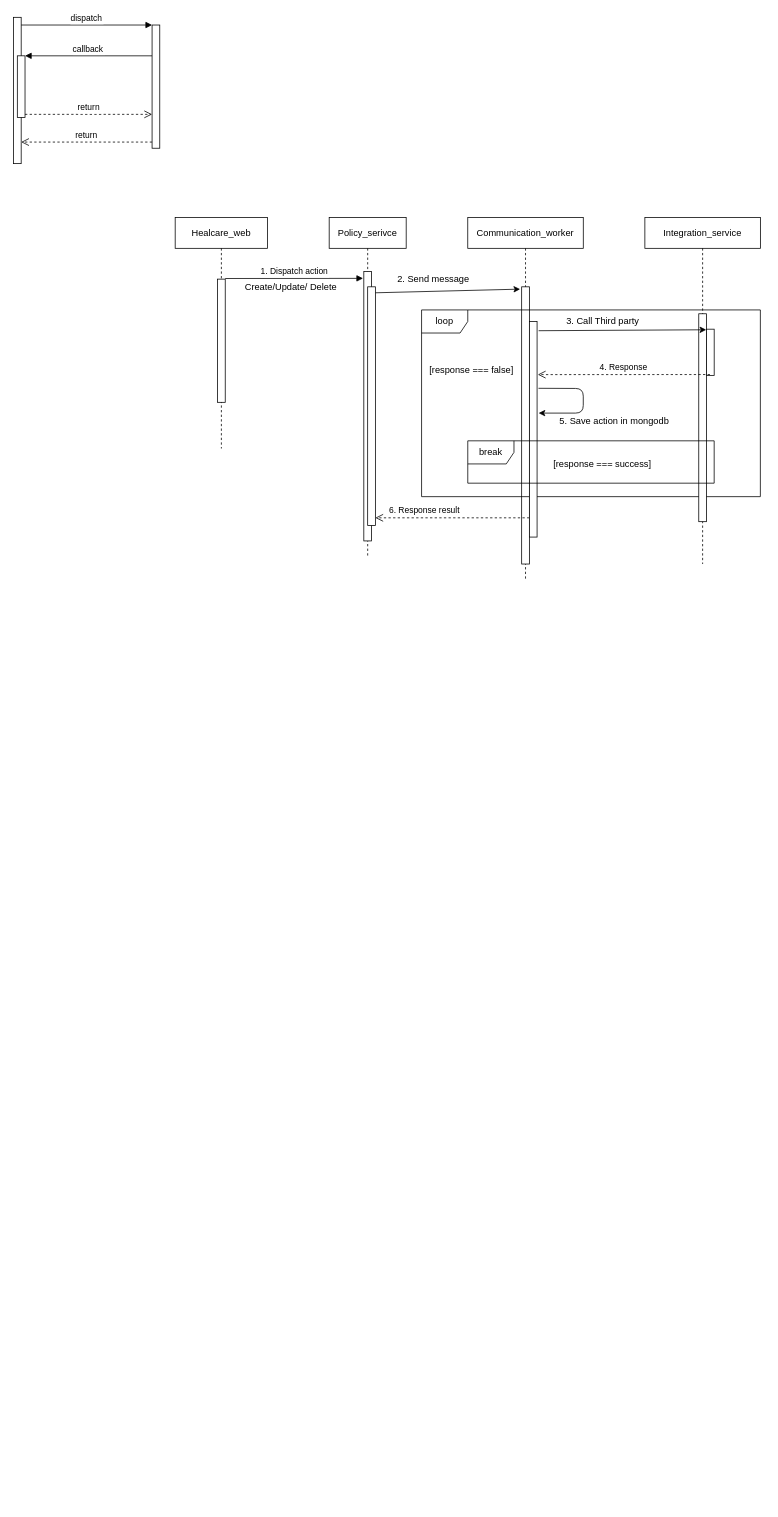
Before: page "Communication history flow" (1 of 2) of Untitled Diagram.drawio in quanhieu/git-test-draw, a draw.io diagram. Source tidied: cells renumbered, new cells numbered last; positions are measured from the earlier drawing's top-left corner, leaving out a move shared by most shapes. Both pictures are drawn from the tidied source at 77%, with x=0, y=0 at pixel (13, 17).
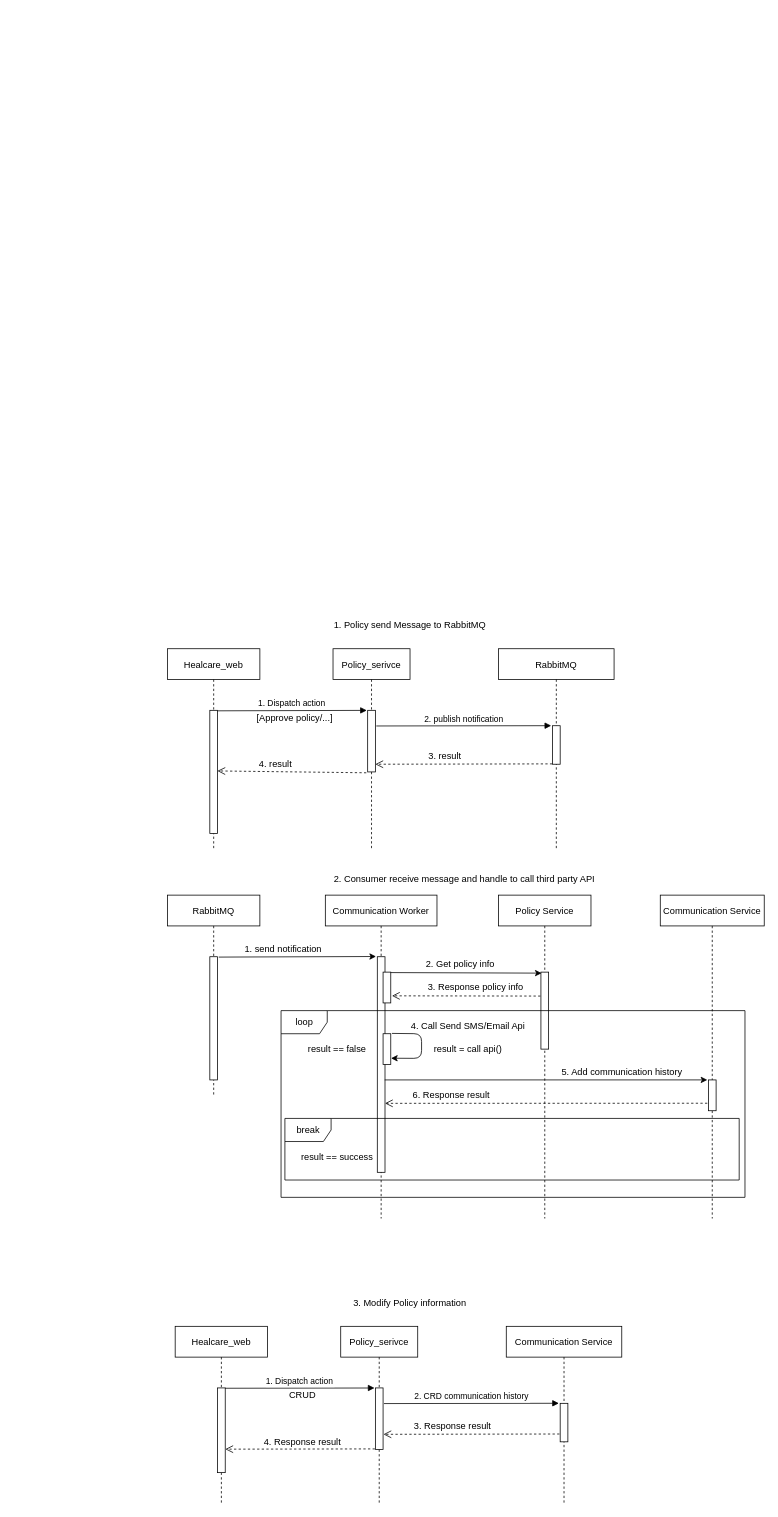
Above is the later version.

What changed in the source:
```diff
@@
-    <mxCell id="2" value="Policy_serivce" style="shape=umlLifeline;perimeter=lifelinePerimeter;rounded=0;shadow=0;strokeWidth=1;" parent="1" vertex="1">
-      <mxGeometry x="410" y="260" width="100" height="440" as="geometry" />
-    </mxCell>
-    <mxCell id="3" style="perimeter=orthogonalPerimeter;rounded=0;shadow=0;strokeWidth=1;" parent="2" vertex="1">
-      <mxGeometry x="45" y="70" width="10" height="350" as="geometry" />
-    </mxCell>
-    <mxCell id="4" value="Communication_worker" style="shape=umlLifeline;perimeter=lifelinePerimeter;rounded=0;shadow=0;strokeWidth=1;" parent="1" vertex="1">
-      <mxGeometry x="590" y="260" width="150" height="470" as="geometry" />
-    </mxCell>
-    <mxCell id="5" style="perimeter=orthogonalPerimeter;rounded=0;shadow=0;strokeWidth=1;" parent="4" vertex="1">
-      <mxGeometry x="70" y="90" width="10" height="360" as="geometry" />
-    </mxCell>
-    <mxCell id="6" style="points=[];perimeter=orthogonalPerimeter;rounded=0;shadow=0;strokeWidth=1;" parent="1" vertex="1">
-      <mxGeometry width="10" height="190" as="geometry" />
-    </mxCell>
-    <mxCell id="7" style="points=[];perimeter=orthogonalPerimeter;rounded=0;shadow=0;strokeWidth=1;" parent="1" vertex="1">
-      <mxGeometry x="5" y="50" width="10" height="80" as="geometry" />
-    </mxCell>
-    <mxCell id="8" style="points=[];perimeter=orthogonalPerimeter;rounded=0;shadow=0;strokeWidth=1;" parent="1" vertex="1">
-      <mxGeometry x="180" y="10" width="10" height="160" as="geometry" />
-    </mxCell>
-    <mxCell id="9" value="return" style="verticalAlign=bottom;endArrow=open;dashed=1;endSize=8;exitX=0;exitY=0.95;shadow=0;strokeWidth=1;" parent="1" edge="1" source="8" target="6">
-      <mxGeometry relative="1" as="geometry" />
-    </mxCell>
-    <mxCell id="10" value="dispatch" style="verticalAlign=bottom;endArrow=block;entryX=0;entryY=0;shadow=0;strokeWidth=1;" parent="1" edge="1" source="6" target="8">
-      <mxGeometry relative="1" as="geometry" />
-    </mxCell>
-    <mxCell id="11" value="callback" style="verticalAlign=bottom;endArrow=block;entryX=1;entryY=0;shadow=0;strokeWidth=1;" parent="1" edge="1" source="8" target="7">
-      <mxGeometry relative="1" as="geometry" />
-    </mxCell>
-    <mxCell id="12" value="return" style="verticalAlign=bottom;endArrow=open;dashed=1;endSize=8;exitX=1;exitY=0.95;shadow=0;strokeWidth=1;" parent="1" edge="1" source="7" target="8">
-      <mxGeometry relative="1" as="geometry" />
-    </mxCell>
-    <mxCell id="13" value="Healcare_web" style="shape=umlLifeline;perimeter=lifelinePerimeter;rounded=0;shadow=0;strokeWidth=1;" parent="1" vertex="1">
-      <mxGeometry x="210" y="260" width="120" height="300" as="geometry" />
-    </mxCell>
-    <mxCell id="14" style="points=[];perimeter=orthogonalPerimeter;rounded=0;shadow=0;strokeWidth=1;" parent="13" vertex="1">
-      <mxGeometry x="55" y="80" width="10" height="160" as="geometry" />
-    </mxCell>
-    <mxCell id="15" value="1. Dispatch action" style="verticalAlign=bottom;endArrow=block;shadow=0;strokeWidth=1;exitX=1;exitY=-0.005;exitDx=0;exitDy=0;exitPerimeter=0;" parent="1" edge="1" source="14">
-      <mxGeometry relative="1" as="geometry">
-        <mxPoint x="454" y="339" as="targetPoint" />
-      </mxGeometry>
-    </mxCell>
-    <mxCell id="16" value="Create/Update/ Delete" style="text;html=1;align=center;verticalAlign=middle;strokeColor=none;" parent="1" vertex="1">
-      <mxGeometry x="295" y="340" width="130" height="20" as="geometry" />
-    </mxCell>
-    <mxCell id="17" style="points=[];perimeter=orthogonalPerimeter;rounded=0;shadow=0;strokeWidth=1;" parent="1" vertex="1">
-      <mxGeometry x="460" y="350" width="10" height="310" as="geometry" />
-    </mxCell>
-    <mxCell id="18" style="endArrow=classic;html=1;exitX=1.014;exitY=0.025;exitDx=0;exitDy=0;exitPerimeter=0;" parent="1" edge="1" source="17">
-      <mxGeometry relative="1" as="geometry">
-        <mxPoint x="658" y="353" as="targetPoint" />
-      </mxGeometry>
-    </mxCell>
-    <mxCell id="19" value="2. Send message" style="text;html=1;align=center;verticalAlign=middle;strokeColor=none;" parent="1" vertex="1">
-      <mxGeometry x="490" y="330" width="110" height="20" as="geometry" />
-    </mxCell>
+    <mxCell id="35" value="Healcare_web" style="shape=umlLifeline;perimeter=lifelinePerimeter;rounded=0;shadow=0;strokeWidth=1;" parent="1" vertex="1">
+      <mxGeometry x="200" y="820" width="120" height="260" as="geometry" />
+    </mxCell>
+    <mxCell id="36" style="points=[];perimeter=orthogonalPerimeter;rounded=0;shadow=0;strokeWidth=1;" parent="35" vertex="1">
+      <mxGeometry x="55" y="80" width="10" height="160" as="geometry" />
+    </mxCell>
+    <mxCell id="37" value="Policy_serivce" style="shape=umlLifeline;perimeter=lifelinePerimeter;rounded=0;shadow=0;strokeWidth=1;" parent="1" vertex="1">
+      <mxGeometry x="415" y="820" width="100" height="260" as="geometry" />
+    </mxCell>
+    <mxCell id="38" style="points=[];perimeter=orthogonalPerimeter;rounded=0;shadow=0;strokeWidth=1;" parent="37" vertex="1">
+      <mxGeometry x="45" y="80" width="10" height="80" as="geometry" />
+    </mxCell>
+    <mxCell id="39" value="RabbitMQ" style="shape=umlLifeline;perimeter=lifelinePerimeter;rounded=0;shadow=0;strokeWidth=1;" parent="1" vertex="1">
+      <mxGeometry x="630" y="820" width="150" height="260" as="geometry" />
+    </mxCell>
+    <mxCell id="40" style="points=[];perimeter=orthogonalPerimeter;rounded=0;shadow=0;strokeWidth=1;" parent="39" vertex="1">
+      <mxGeometry x="70" y="100" width="10" height="50" as="geometry" />
+    </mxCell>
+    <mxCell id="41" value="1. Policy send Message to RabbitMQ" style="text;html=1;strokeColor=none;fillColor=none;align=center;verticalAlign=middle;whiteSpace=wrap;rounded=0;" parent="1" vertex="1">
+      <mxGeometry x="400" y="780" width="230" height="20" as="geometry" />
+    </mxCell>
+    <mxCell id="42" value="2. Consumer receive message and handle to call third party API&amp;nbsp;" style="text;html=1;strokeColor=none;fillColor=none;align=center;verticalAlign=middle;whiteSpace=wrap;rounded=0;" parent="1" vertex="1">
+      <mxGeometry x="400" y="1110" width="375" height="20" as="geometry" />
+    </mxCell>
+    <mxCell id="43" value="1. Dispatch action" style="verticalAlign=bottom;endArrow=block;shadow=0;strokeWidth=1;exitX=0.971;exitY=0.004;exitDx=0;exitDy=0;exitPerimeter=0;entryX=-0.11;entryY=0.001;entryDx=0;entryDy=0;entryPerimeter=0;" parent="1" edge="1" source="36" target="38">
+      <mxGeometry relative="1" as="geometry" />
+    </mxCell>
+    <mxCell id="44" value="2. publish notification" style="verticalAlign=bottom;endArrow=block;shadow=0;strokeWidth=1;exitX=1.118;exitY=0.254;exitDx=0;exitDy=0;exitPerimeter=0;entryX=-0.167;entryY=-0.001;entryDx=0;entryDy=0;entryPerimeter=0;" parent="1" edge="1" source="38" target="40">
+      <mxGeometry relative="1" as="geometry" />
+    </mxCell>
+    <mxCell id="45" style="verticalAlign=bottom;endArrow=open;dashed=1;endSize=8;shadow=0;strokeWidth=1;exitX=-0.028;exitY=0.991;exitDx=0;exitDy=0;exitPerimeter=0;" parent="1" edge="1" source="40">
+      <mxGeometry relative="1" as="geometry">
+        <mxPoint x="470" y="970" as="targetPoint" />
+      </mxGeometry>
+    </mxCell>
+    <mxCell id="46" value="3. result" style="text;html=1;align=center;verticalAlign=middle;strokeColor=none;" parent="1" vertex="1">
+      <mxGeometry x="530" y="950" width="60" height="20" as="geometry" />
+    </mxCell>
+    <mxCell id="47" style="verticalAlign=bottom;endArrow=open;dashed=1;endSize=8;shadow=0;strokeWidth=1;exitX=-0.176;exitY=1.014;exitDx=0;exitDy=0;exitPerimeter=0;entryX=0.99;entryY=0.492;entryDx=0;entryDy=0;entryPerimeter=0;" parent="1" edge="1" source="38" target="36">
+      <mxGeometry relative="1" as="geometry" />
+    </mxCell>
+    <mxCell id="48" value="4. result" style="text;html=1;align=center;verticalAlign=middle;strokeColor=none;" parent="1" vertex="1">
+      <mxGeometry x="310" y="960" width="60" height="20" as="geometry" />
+    </mxCell>
+    <mxCell id="49" value="RabbitMQ" style="shape=umlLifeline;perimeter=lifelinePerimeter;rounded=0;shadow=0;strokeWidth=1;" parent="1" vertex="1">
+      <mxGeometry x="200" y="1140" width="120" height="260" as="geometry" />
+    </mxCell>
+    <mxCell id="50" style="points=[];perimeter=orthogonalPerimeter;rounded=0;shadow=0;strokeWidth=1;" parent="49" vertex="1">
+      <mxGeometry x="55" y="80" width="10" height="160" as="geometry" />
+    </mxCell>
+    <mxCell id="51" value="Communication Worker" style="shape=umlLifeline;perimeter=lifelinePerimeter;rounded=0;shadow=0;strokeWidth=1;" parent="1" vertex="1">
+      <mxGeometry x="405" y="1140" width="145" height="420" as="geometry" />
+    </mxCell>
+    <mxCell id="52" style="points=[];perimeter=orthogonalPerimeter;rounded=0;shadow=0;strokeWidth=1;" parent="51" vertex="1">
+      <mxGeometry x="67.5" y="80" width="10" height="280" as="geometry" />
+    </mxCell>
+    <mxCell id="53" value="Communication Service" style="shape=umlLifeline;perimeter=lifelinePerimeter;rounded=0;shadow=0;strokeWidth=1;" parent="1" vertex="1">
+      <mxGeometry x="840" y="1140" width="135" height="420" as="geometry" />
+    </mxCell>
+    <mxCell id="54" style="points=[];perimeter=orthogonalPerimeter;rounded=0;shadow=0;strokeWidth=1;" parent="53" vertex="1">
+      <mxGeometry x="62.5" y="240" width="10" height="40" as="geometry" />
+    </mxCell>
+    <mxCell id="55" value="Policy Service" style="shape=umlLifeline;perimeter=lifelinePerimeter;rounded=0;shadow=0;strokeWidth=1;" parent="1" vertex="1">
+      <mxGeometry x="630" y="1140" width="120" height="420" as="geometry" />
+    </mxCell>
+    <mxCell id="56" style="points=[];perimeter=orthogonalPerimeter;rounded=0;shadow=0;strokeWidth=1;" parent="55" vertex="1">
+      <mxGeometry x="55" y="100" width="10" height="100" as="geometry" />
+    </mxCell>
+    <mxCell id="57" style="group;" parent="1" vertex="1">
+      <mxGeometry x="290" y="1200" width="120" height="20" as="geometry" />
+    </mxCell>
+    <mxCell id="58" style="endArrow=classic;html=1;exitX=1.159;exitY=0.003;exitDx=0;exitDy=0;exitPerimeter=0;entryX=-0.167;entryY=-0.001;entryDx=0;entryDy=0;entryPerimeter=0;" parent="57" edge="1" source="50" target="52">
+      <mxGeometry relative="1" as="geometry" />
+    </mxCell>
+    <mxCell id="59" value="1. send notification" style="text;html=1;align=center;verticalAlign=middle;strokeColor=none;" parent="57" vertex="1">
+      <mxGeometry width="120" height="20" as="geometry" />
+    </mxCell>
+    <mxCell id="60" style="endArrow=classic;html=1;exitX=1.159;exitY=0.003;exitDx=0;exitDy=0;exitPerimeter=0;entryX=0.09;entryY=0.013;entryDx=0;entryDy=0;entryPerimeter=0;" parent="1" edge="1" target="56">
+      <mxGeometry relative="1" as="geometry">
+        <mxPoint x="490" y="1240.6" as="sourcePoint" />
+      </mxGeometry>
+    </mxCell>
+    <mxCell id="61" style="points=[];perimeter=orthogonalPerimeter;rounded=0;shadow=0;strokeWidth=1;" parent="1" vertex="1">
+      <mxGeometry x="480" y="1240" width="10" height="40" as="geometry" />
+    </mxCell>
+    <mxCell id="62" value="2. Get policy info" style="text;html=1;align=center;verticalAlign=middle;strokeColor=none;" parent="1" vertex="1">
+      <mxGeometry x="530" y="1220" width="100" height="20" as="geometry" />
+    </mxCell>
+    <mxCell id="63" style="verticalAlign=bottom;endArrow=open;dashed=1;endSize=8;shadow=0;strokeWidth=1;exitX=-0.065;exitY=0.311;exitDx=0;exitDy=0;exitPerimeter=0;entryX=1.157;entryY=0.77;entryDx=0;entryDy=0;entryPerimeter=0;" parent="1" edge="1" source="56" target="61">
+      <mxGeometry relative="1" as="geometry" />
+    </mxCell>
+    <mxCell id="64" value="3. Response policy info" style="text;html=1;align=center;verticalAlign=middle;strokeColor=none;" parent="1" vertex="1">
+      <mxGeometry x="530" y="1250" width="140" height="20" as="geometry" />
+    </mxCell>
+    <mxCell id="65" style="points=[];perimeter=orthogonalPerimeter;rounded=0;shadow=0;strokeWidth=1;" parent="1" vertex="1">
+      <mxGeometry x="480" y="1320" width="10" height="40" as="geometry" />
+    </mxCell>
+    <mxCell id="66" style="endArrow=classic;html=1;exitX=1.155;exitY=-0.01;exitDx=0;exitDy=0;exitPerimeter=0;entryX=1.034;entryY=0.796;entryDx=0;entryDy=0;entryPerimeter=0;" parent="1" edge="1" source="65" target="65">
+      <mxGeometry relative="1" as="geometry">
+        <Array as="points">
+          <mxPoint x="530" y="1320" />
+          <mxPoint x="530" y="1352" />
+        </Array>
+      </mxGeometry>
+    </mxCell>
+    <mxCell id="67" value="4. Call Send SMS/Email Api" style="text;html=1;align=center;verticalAlign=middle;strokeColor=none;" parent="1" vertex="1">
+      <mxGeometry x="510" y="1300" width="160" height="20" as="geometry" />
+    </mxCell>
+    <mxCell id="68" style="endArrow=classic;html=1;exitX=1.159;exitY=0.003;exitDx=0;exitDy=0;exitPerimeter=0;entryX=-0.139;entryY=-0.001;entryDx=0;entryDy=0;entryPerimeter=0;" parent="1" edge="1" target="54">
+      <mxGeometry relative="1" as="geometry">
+        <mxPoint x="482.1" y="1380" as="sourcePoint" />
+      </mxGeometry>
+    </mxCell>
+    <mxCell id="69" value="5. Add communication history" style="text;html=1;align=center;verticalAlign=middle;strokeColor=none;" parent="1" vertex="1">
+      <mxGeometry x="705" y="1360" width="170" height="20" as="geometry" />
+    </mxCell>
+    <mxCell id="70" style="verticalAlign=bottom;endArrow=open;dashed=1;endSize=8;shadow=0;strokeWidth=1;exitX=-0.142;exitY=0.757;exitDx=0;exitDy=0;exitPerimeter=0;entryX=1;entryY=0.68;entryDx=0;entryDy=0;entryPerimeter=0;" parent="1" edge="1" source="54" target="52">
+      <mxGeometry relative="1" as="geometry" />
+    </mxCell>
+    <mxCell id="31" value="6. Response result&amp;nbsp;" style="text;html=1;align=center;verticalAlign=middle;strokeColor=none;" parent="1" vertex="1">
+      <mxGeometry x="510" y="1390" width="120" height="20" as="geometry" />
+    </mxCell>
     <mxCell id="20" value="loop" style="shape=umlFrame;whiteSpace=wrap;html=1;" parent="1" vertex="1">
-      <mxGeometry x="530" y="380" width="440" height="242.5" as="geometry" />
+      <mxGeometry x="347.5" y="1290" width="602.5" height="242.5" as="geometry" />
     </mxCell>
-    <mxCell id="21" style="verticalAlign=bottom;endArrow=open;dashed=1;endSize=8;shadow=0;strokeWidth=1;" parent="1" edge="1" source="24">
-      <mxGeometry relative="1" as="geometry">
-        <mxPoint x="470" y="650" as="targetPoint" />
-      </mxGeometry>
-    </mxCell>
-    <mxCell id="22" value="Integration_service" style="shape=umlLifeline;perimeter=lifelinePerimeter;rounded=0;shadow=0;strokeWidth=1;" parent="1" vertex="1">
-      <mxGeometry x="820" y="260" width="150" height="450" as="geometry" />
-    </mxCell>
-    <mxCell id="23" style="perimeter=orthogonalPerimeter;rounded=0;shadow=0;strokeWidth=1;" parent="22" vertex="1">
-      <mxGeometry x="70" y="125" width="10" height="270" as="geometry" />
-    </mxCell>
-    <mxCell id="24" style="points=[];perimeter=orthogonalPerimeter;rounded=0;shadow=0;strokeWidth=1;" parent="1" vertex="1">
-      <mxGeometry x="670" y="395" width="10" height="280" as="geometry" />
-    </mxCell>
-    <mxCell id="25" style="endArrow=classic;html=1;entryX=-0.031;entryY=0.013;entryDx=0;entryDy=0;entryPerimeter=0;" parent="1" edge="1" target="26">
-      <mxGeometry relative="1" as="geometry">
-        <mxPoint x="682" y="407" as="sourcePoint" />
-      </mxGeometry>
-    </mxCell>
-    <mxCell id="26" style="points=[];perimeter=orthogonalPerimeter;rounded=0;shadow=0;strokeWidth=1;" parent="1" vertex="1">
-      <mxGeometry x="900" y="405" width="10" height="60" as="geometry" />
-    </mxCell>
-    <mxCell id="27" value="3. Call Third party" style="text;html=1;align=center;verticalAlign=middle;strokeColor=none;" parent="1" vertex="1">
-      <mxGeometry x="710" y="385" width="110" height="20" as="geometry" />
-    </mxCell>
-    <mxCell id="28" value="4. Response" style="verticalAlign=bottom;endArrow=open;dashed=1;endSize=8;shadow=0;strokeWidth=1;exitX=0.452;exitY=0.982;exitDx=0;exitDy=0;exitPerimeter=0;" parent="1" edge="1" source="26">
-      <mxGeometry relative="1" as="geometry">
-        <mxPoint x="681" y="464" as="targetPoint" />
-      </mxGeometry>
-    </mxCell>
-    <mxCell id="29" style="endArrow=classic;html=1;exitX=1.186;exitY=0.31;exitDx=0;exitDy=0;exitPerimeter=0;" parent="1" edge="1" source="24">
-      <mxGeometry relative="1" as="geometry">
-        <mxPoint x="682" y="514" as="targetPoint" />
-        <Array as="points">
-          <mxPoint x="740" y="482" />
-          <mxPoint x="740" y="514" />
-        </Array>
-      </mxGeometry>
-    </mxCell>
-    <mxCell id="30" value="5. Save action in mongodb" style="text;html=1;align=center;verticalAlign=middle;strokeColor=none;" parent="1" vertex="1">
-      <mxGeometry x="700" y="515" width="160" height="20" as="geometry" />
-    </mxCell>
-    <mxCell id="31" value="&lt;span style=&quot;font-size: 11px ; background-color: rgb(255 , 255 , 255)&quot;&gt;6. Response result&amp;nbsp;&lt;/span&gt;" style="text;html=1;align=center;verticalAlign=middle;strokeColor=none;" parent="1" vertex="1">
-      <mxGeometry x="480" y="630" width="110" height="20" as="geometry" />
-    </mxCell>
     <mxCell id="32" value="break" style="shape=umlFrame;whiteSpace=wrap;html=1;" parent="1" vertex="1">
-      <mxGeometry x="590" y="550" width="320" height="55" as="geometry" />
+      <mxGeometry x="352.5" y="1430" width="590" height="80" as="geometry" />
     </mxCell>
-    <mxCell id="33" value="[response === false]" style="text;html=1;strokeColor=none;fillColor=none;align=center;verticalAlign=middle;whiteSpace=wrap;rounded=0;" parent="1" vertex="1">
-      <mxGeometry x="520" y="447.5" width="150" height="20" as="geometry" />
-    </mxCell>
-    <mxCell id="34" value="[response === success]" style="text;html=1;strokeColor=none;fillColor=none;align=center;verticalAlign=middle;whiteSpace=wrap;rounded=0;" parent="1" vertex="1">
-      <mxGeometry x="695" y="570" width="140" height="20" as="geometry" />
-    </mxCell>
+    <mxCell id="71" value="result = call api()" style="text;html=1;align=center;verticalAlign=middle;strokeColor=none;" parent="1" vertex="1">
+      <mxGeometry x="540" y="1330" width="100" height="20" as="geometry" />
+    </mxCell>
+    <mxCell id="72" value="result == false" style="text;html=1;align=center;verticalAlign=middle;strokeColor=none;" parent="1" vertex="1">
+      <mxGeometry x="375" y="1330" width="90" height="20" as="geometry" />
+    </mxCell>
+    <mxCell id="73" value="result == success" style="text;html=1;align=center;verticalAlign=middle;strokeColor=none;" parent="1" vertex="1">
+      <mxGeometry x="365" y="1470" width="110" height="20" as="geometry" />
+    </mxCell>
+    <mxCell id="74" value="Healcare_web" style="shape=umlLifeline;perimeter=lifelinePerimeter;rounded=0;shadow=0;strokeWidth=1;" parent="1" vertex="1">
+      <mxGeometry x="210" y="1700" width="120" height="230" as="geometry" />
+    </mxCell>
+    <mxCell id="75" style="points=[];perimeter=orthogonalPerimeter;rounded=0;shadow=0;strokeWidth=1;" parent="74" vertex="1">
+      <mxGeometry x="55" y="80" width="10" height="110" as="geometry" />
+    </mxCell>
+    <mxCell id="76" value="Policy_serivce" style="shape=umlLifeline;perimeter=lifelinePerimeter;rounded=0;shadow=0;strokeWidth=1;" parent="1" vertex="1">
+      <mxGeometry x="425" y="1700" width="100" height="230" as="geometry" />
+    </mxCell>
+    <mxCell id="77" style="points=[];perimeter=orthogonalPerimeter;rounded=0;shadow=0;strokeWidth=1;" parent="76" vertex="1">
+      <mxGeometry x="45" y="80" width="10" height="80" as="geometry" />
+    </mxCell>
+    <mxCell id="78" value="Communication Service" style="shape=umlLifeline;perimeter=lifelinePerimeter;rounded=0;shadow=0;strokeWidth=1;" parent="1" vertex="1">
+      <mxGeometry x="640" y="1700" width="150" height="230" as="geometry" />
+    </mxCell>
+    <mxCell id="79" style="points=[];perimeter=orthogonalPerimeter;rounded=0;shadow=0;strokeWidth=1;" parent="78" vertex="1">
+      <mxGeometry x="70" y="100" width="10" height="50" as="geometry" />
+    </mxCell>
+    <mxCell id="80" value="1. Dispatch action" style="verticalAlign=bottom;endArrow=block;shadow=0;strokeWidth=1;exitX=0.971;exitY=0.004;exitDx=0;exitDy=0;exitPerimeter=0;entryX=-0.11;entryY=0.001;entryDx=0;entryDy=0;entryPerimeter=0;" parent="1" edge="1" source="75" target="77">
+      <mxGeometry relative="1" as="geometry" />
+    </mxCell>
+    <mxCell id="81" value="2. CRD communication history" style="verticalAlign=bottom;endArrow=block;shadow=0;strokeWidth=1;exitX=1.118;exitY=0.254;exitDx=0;exitDy=0;exitPerimeter=0;entryX=-0.167;entryY=-0.001;entryDx=0;entryDy=0;entryPerimeter=0;" parent="1" edge="1" source="77" target="79">
+      <mxGeometry relative="1" as="geometry" />
+    </mxCell>
+    <mxCell id="82" value="CRUD" style="text;html=1;align=center;verticalAlign=middle;strokeColor=none;" parent="1" vertex="1">
+      <mxGeometry x="350" y="1780" width="50" height="20" as="geometry" />
+    </mxCell>
+    <mxCell id="83" value="[Approve policy/...]" style="text;html=1;align=center;verticalAlign=middle;strokeColor=none;" parent="1" vertex="1">
+      <mxGeometry x="310" y="900" width="110" height="20" as="geometry" />
+    </mxCell>
+    <mxCell id="84" style="verticalAlign=bottom;endArrow=open;dashed=1;endSize=8;shadow=0;strokeWidth=1;exitX=-0.094;exitY=0.797;exitDx=0;exitDy=0;exitPerimeter=0;entryX=1.055;entryY=0.753;entryDx=0;entryDy=0;entryPerimeter=0;" parent="1" edge="1" source="79" target="77">
+      <mxGeometry relative="1" as="geometry" />
+    </mxCell>
+    <mxCell id="85" value="3. Response result" style="text;html=1;align=center;verticalAlign=middle;strokeColor=none;" parent="1" vertex="1">
+      <mxGeometry x="510" y="1820" width="120" height="20" as="geometry" />
+    </mxCell>
+    <mxCell id="86" style="verticalAlign=bottom;endArrow=open;dashed=1;endSize=8;shadow=0;strokeWidth=1;exitX=-0.061;exitY=0.99;exitDx=0;exitDy=0;exitPerimeter=0;entryX=1.017;entryY=0.723;entryDx=0;entryDy=0;entryPerimeter=0;" parent="1" edge="1" source="77" target="75">
+      <mxGeometry relative="1" as="geometry" />
+    </mxCell>
+    <mxCell id="87" value="4. Response result" style="text;html=1;align=center;verticalAlign=middle;strokeColor=none;" parent="1" vertex="1">
+      <mxGeometry x="315" y="1840" width="120" height="20" as="geometry" />
+    </mxCell>
+    <mxCell id="88" value="3. Modify Policy information" style="text;html=1;strokeColor=none;fillColor=none;align=center;verticalAlign=middle;whiteSpace=wrap;rounded=0;" parent="1" vertex="1">
+      <mxGeometry x="400" y="1660" width="230" height="20" as="geometry" />
+    </mxCell>
```
